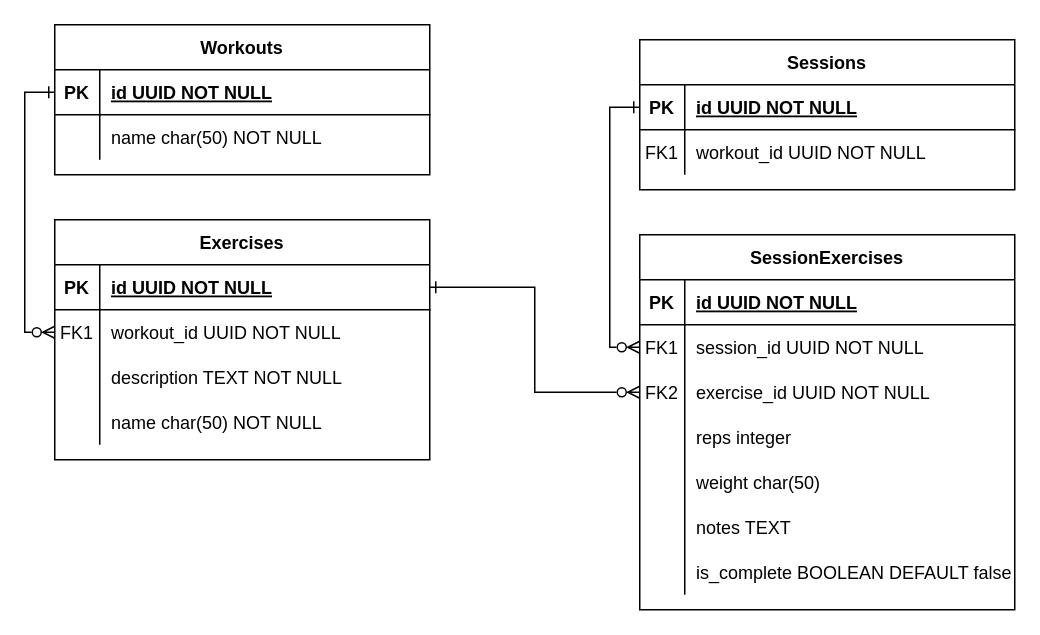
The draw.io diagram workout-tracker.drawio in cjcoops/workout-tracker, before the edit. Source tidied: cells renumbered, new cells numbered last; positions are measured from the earlier drawing's top-left corner, leaving out a move shared by most shapes. Both pictures are drawn from the tidied source at 150%, with x=0, y=0 at pixel (54, 24).
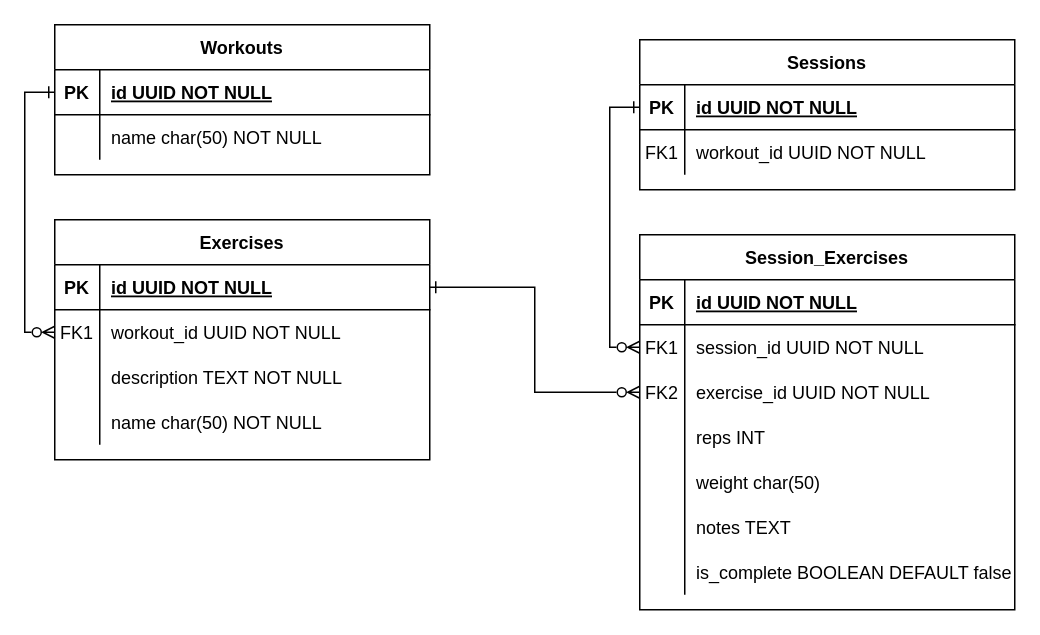
After the change.

Commit message (it also covers changes not shown here):
create session action

Unchanged cells that the change refers to:
```xml
<mxCell id="40" style="shape=partialRectangle;fillColor=none;top=0;left=0;right=0;bottom=0;rounded=0;" parent="30" vertex="1">
  <mxGeometry y="120" width="250" height="30" as="geometry" />
</mxCell>
```

Diff of the diagram source:
```diff
@@
-    <mxCell id="30" value="SessionExercises" style="shape=table;startSize=30;childLayout=tableLayout;rowLines=0;fontStyle=1;align=center;rounded=0;" parent="1" vertex="1">
+    <mxCell id="30" value="Session_Exercises" style="shape=table;startSize=30;childLayout=tableLayout;rowLines=0;fontStyle=1;align=center;rounded=0;" parent="1" vertex="1">
       <mxGeometry x="390" y="140" width="250" height="250" as="geometry" />
     </mxCell>
@@
-    <mxCell id="42" value="reps integer" style="shape=partialRectangle;overflow=hidden;fillColor=none;top=0;left=0;bottom=0;right=0;align=left;spacingLeft=6;rounded=0;" parent="40" vertex="1">
+    <mxCell id="42" value="reps INT" style="shape=partialRectangle;overflow=hidden;fillColor=none;top=0;left=0;bottom=0;right=0;align=left;spacingLeft=6;rounded=0;" parent="40" vertex="1">
       <mxGeometry x="30" width="220" height="30" as="geometry" />
     </mxCell>
```
